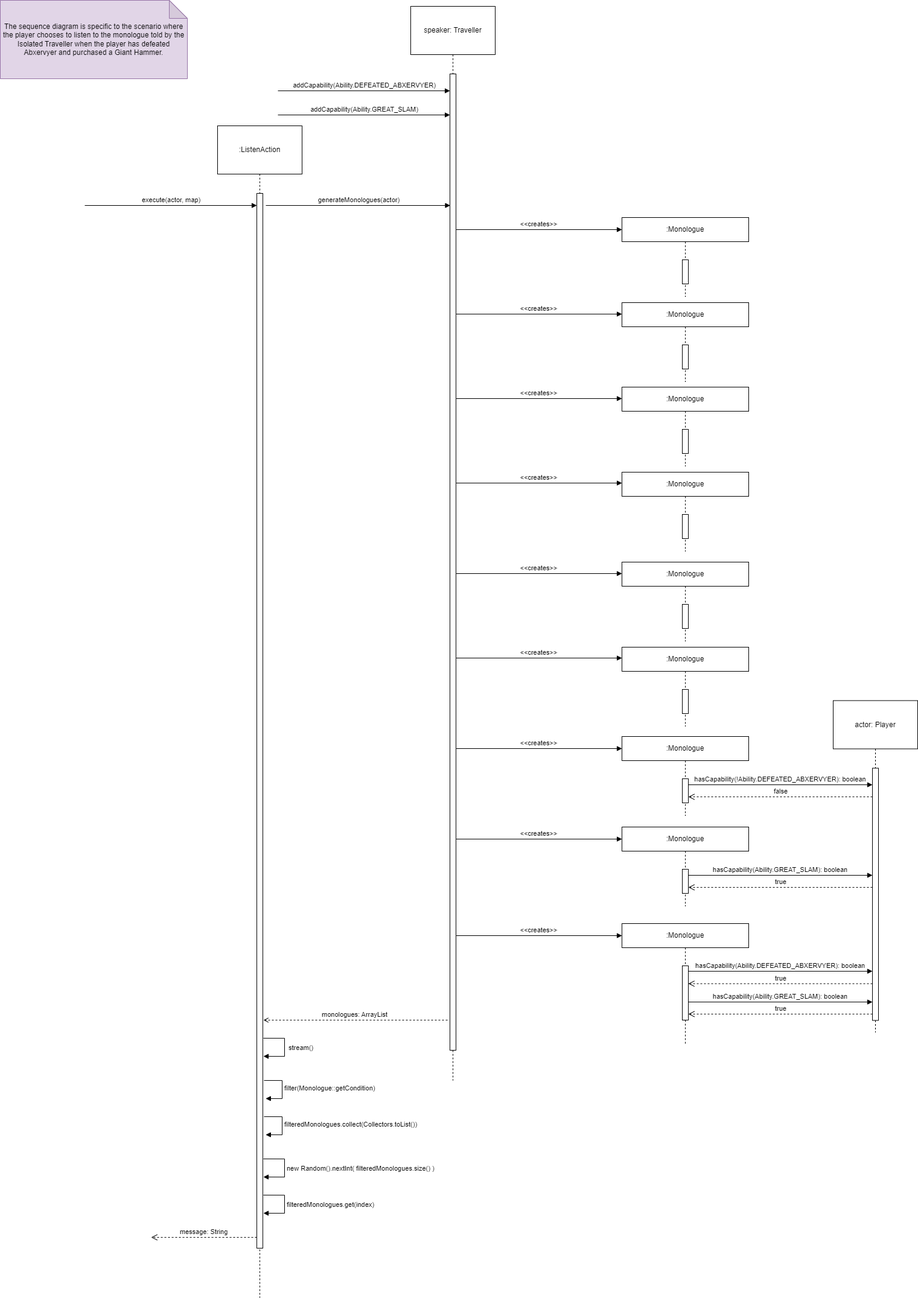
Above: docs/design/assignment3/REQ 4 - Sequence Diagram.png in wenyang1208/Designborne (draw.io), before the change. Source tidied: cells renumbered, new cells last; positions are measured from the earlier drawing's top-left corner, leaving out a move shared by most shapes.
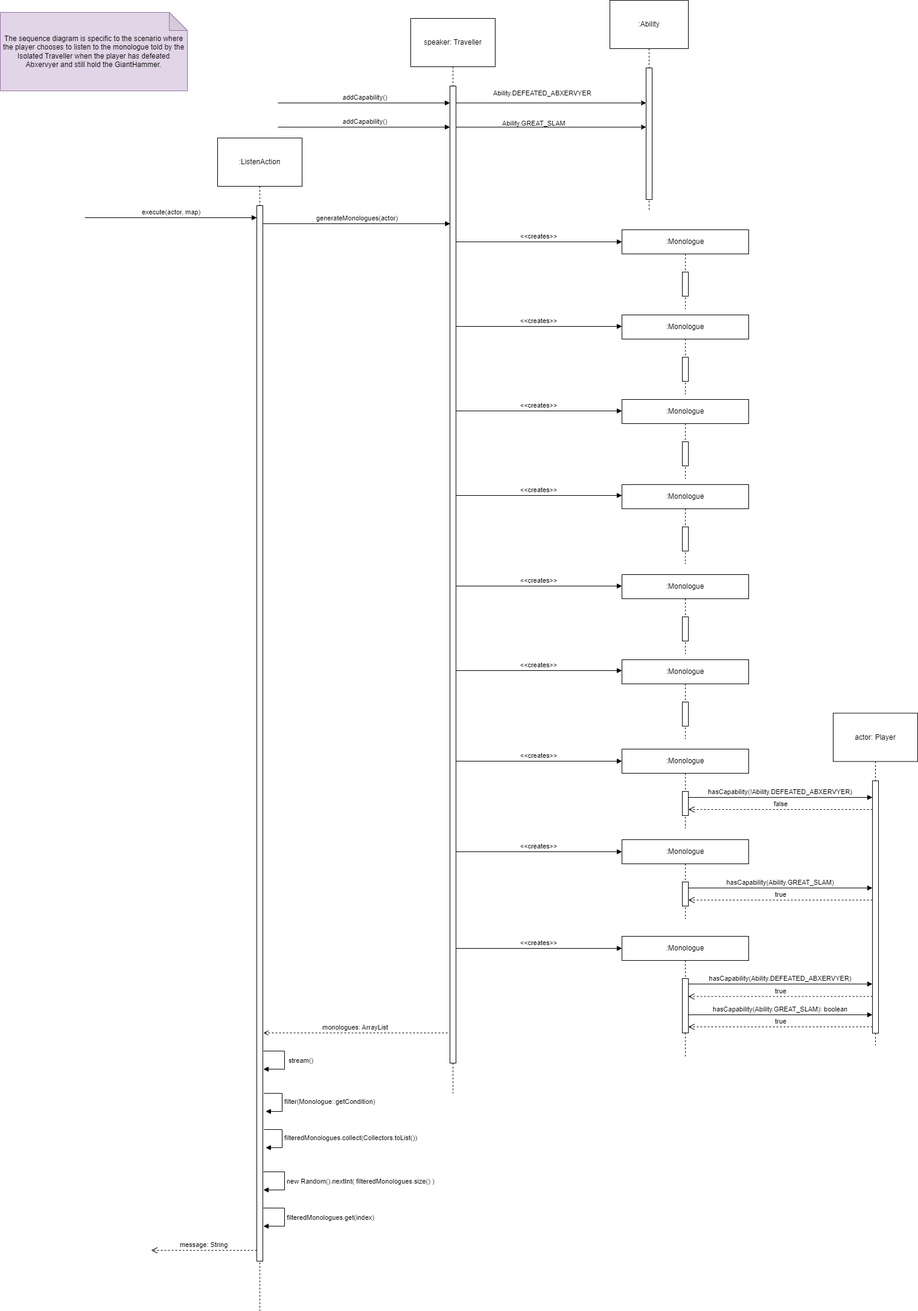
After the change.

Commit message:
Amend REQ4 Sequence Diagram

What changed in the source:
```diff
@@ -14,10 +14,9 @@
         <mxPoint x="425" y="340" as="targetPoint" />
       </mxGeometry>
     </mxCell>
-    <mxCell id="5" value="generateMonologues(actor)" style="html=1;verticalAlign=bottom;endArrow=block;curved=0;rounded=0;" parent="1" edge="1">
+    <mxCell id="5" value="generateMonologues(actor)" style="html=1;verticalAlign=bottom;endArrow=block;curved=0;rounded=0;" parent="1" edge="1" source="3">
       <mxGeometry relative="1" as="geometry">
-        <mxPoint x="440" y="340" as="sourcePoint" />
-        <mxPoint x="745.5" y="340" as="targetPoint" />
+        <mxPoint x="745.5" y="350" as="targetPoint" />
       </mxGeometry>
     </mxCell>
     <mxCell id="6" value="speaker: Traveller" style="shape=umlLifeline;perimeter=lifelinePerimeter;whiteSpace=wrap;html=1;newEdgeStyle={&quot;curved&quot;:0,&quot;rounded&quot;:0};size=80;" parent="1" vertex="1">
@@ -42,10 +41,10 @@
         </Array>
       </mxGeometry>
     </mxCell>
-    <mxCell id="10" value="The sequence diagram is specific to the scenario where the player chooses to listen to the monologue told by the Isolated Traveller when the player has defeated Abxervyer and purchased a Giant Hammer." style="shape=note;whiteSpace=wrap;html=1;backgroundOutline=1;darkOpacity=0.05;fillColor=#e1d5e7;strokeColor=#9673a6;" parent="1" vertex="1">
+    <mxCell id="10" value="The sequence diagram is specific to the scenario where the player chooses to listen to the monologue told by the Isolated Traveller when the player has defeated Abxervyer and still hold the GiantHammer." style="shape=note;whiteSpace=wrap;html=1;backgroundOutline=1;darkOpacity=0.05;fillColor=#e1d5e7;strokeColor=#9673a6;" parent="1" vertex="1">
       <mxGeometry width="310" height="130" as="geometry" />
     </mxCell>
-    <mxCell id="11" value="addCapability(Ability.GREAT_SLAM)" style="html=1;verticalAlign=bottom;endArrow=block;curved=0;rounded=0;" parent="1" edge="1">
+    <mxCell id="11" value="addCapability()" style="html=1;verticalAlign=bottom;endArrow=block;curved=0;rounded=0;" parent="1" edge="1">
       <mxGeometry x="0.01" relative="1" as="geometry">
         <mxPoint x="460" y="190" as="sourcePoint" />
         <mxPoint x="745" y="190" as="targetPoint" />
@@ -77,7 +76,7 @@
         </Array>
       </mxGeometry>
     </mxCell>
-    <mxCell id="15" value="addCapability(Ability.DEFEATED_ABXERVYER)" style="html=1;verticalAlign=bottom;endArrow=block;curved=0;rounded=0;" parent="1" edge="1">
+    <mxCell id="15" value="addCapability()" style="html=1;verticalAlign=bottom;endArrow=block;curved=0;rounded=0;" parent="1" edge="1">
       <mxGeometry x="0.01" relative="1" as="geometry">
         <mxPoint x="460" y="150" as="sourcePoint" />
         <mxPoint x="745" y="150" as="targetPoint" />
@@ -216,7 +215,7 @@
     <mxCell id="46" style="html=1;points=[[0,0,0,0,5],[0,1,0,0,-5],[1,0,0,0,5],[1,1,0,0,-5]];perimeter=orthogonalPerimeter;outlineConnect=0;targetShapes=umlLifeline;portConstraint=eastwest;newEdgeStyle={&quot;curved&quot;:0,&quot;rounded&quot;:0};" parent="45" vertex="1">
       <mxGeometry x="65" y="112" width="10" height="418" as="geometry" />
     </mxCell>
-    <mxCell id="47" value="hasCapability(!Ability.DEFEATED_ABXERVYER): boolean" style="html=1;verticalAlign=bottom;endArrow=block;curved=0;rounded=0;" parent="1" edge="1" target="46">
+    <mxCell id="47" value="hasCapability(!Ability.DEFEATED_ABXERVYER)" style="html=1;verticalAlign=bottom;endArrow=block;curved=0;rounded=0;" parent="1" edge="1" target="46">
       <mxGeometry relative="1" as="geometry">
         <mxPoint x="1140" y="1300" as="sourcePoint" />
       </mxGeometry>
@@ -226,7 +225,7 @@
         <mxPoint x="1140" y="1320" as="targetPoint" />
       </mxGeometry>
     </mxCell>
-    <mxCell id="49" value="hasCapability(Ability.GREAT_SLAM): boolean" style="html=1;verticalAlign=bottom;endArrow=block;curved=0;rounded=0;" parent="1" edge="1">
+    <mxCell id="49" value="hasCapability(Ability.GREAT_SLAM)" style="html=1;verticalAlign=bottom;endArrow=block;curved=0;rounded=0;" parent="1" edge="1">
       <mxGeometry relative="1" as="geometry">
         <mxPoint x="1140" y="1450" as="sourcePoint" />
         <mxPoint x="1445" y="1450" as="targetPoint" />
@@ -238,7 +237,7 @@
         <mxPoint x="1140" y="1470" as="targetPoint" />
       </mxGeometry>
     </mxCell>
-    <mxCell id="51" value="hasCapability(Ability.DEFEATED_ABXERVYER): boolean" style="html=1;verticalAlign=bottom;endArrow=block;curved=0;rounded=0;" parent="1" edge="1">
+    <mxCell id="51" value="hasCapability(Ability.DEFEATED_ABXERVYER)" style="html=1;verticalAlign=bottom;endArrow=block;curved=0;rounded=0;" parent="1" edge="1">
       <mxGeometry relative="1" as="geometry">
         <mxPoint x="1140" y="1609" as="sourcePoint" />
         <mxPoint x="1445" y="1609" as="targetPoint" />
@@ -262,5 +261,27 @@
         <mxPoint x="1140" y="1629.6" as="targetPoint" />
       </mxGeometry>
     </mxCell>
+    <mxCell id="55" value=":Ability" style="shape=umlLifeline;perimeter=lifelinePerimeter;whiteSpace=wrap;html=1;newEdgeStyle={&quot;curved&quot;:0,&quot;rounded&quot;:0};size=80;" parent="1" vertex="1">
+      <mxGeometry x="1010" y="-20" width="130" height="350" as="geometry" />
+    </mxCell>
+    <mxCell id="56" style="html=1;points=[[0,0,0,0,5],[0,1,0,0,-5],[1,0,0,0,5],[1,1,0,0,-5]];perimeter=orthogonalPerimeter;outlineConnect=0;targetShapes=umlLifeline;portConstraint=eastwest;newEdgeStyle={&quot;curved&quot;:0,&quot;rounded&quot;:0};" parent="55" vertex="1">
+      <mxGeometry x="60" y="112" width="10" height="218" as="geometry" />
+    </mxCell>
+    <mxCell id="57" style="endArrow=classic;html=1;rounded=0;entryX=0;entryY=0.266;entryDx=0;entryDy=0;entryPerimeter=0;" parent="1" edge="1" source="7" target="56">
+      <mxGeometry relative="1" as="geometry" />
+    </mxCell>
+    <mxCell id="58" value="&lt;span style=&quot;color: rgb(0, 0, 0); font-family: Helvetica; font-size: 11px; font-style: normal; font-variant-ligatures: normal; font-variant-caps: normal; font-weight: 400; letter-spacing: normal; orphans: 2; text-align: center; text-indent: 0px; text-transform: none; widows: 2; word-spacing: 0px; -webkit-text-stroke-width: 0px; background-color: rgb(255, 255, 255); text-decoration-thickness: initial; text-decoration-style: initial; text-decoration-color: initial; float: none; display: inline !important;&quot;&gt;Ability.DEFEATED_ABXERVYER&lt;/span&gt;" style="text;whiteSpace=wrap;html=1;" parent="1" vertex="1">
+      <mxGeometry x="815" y="120" width="180" height="20" as="geometry" />
+    </mxCell>
+    <mxCell id="59" value="&lt;span style=&quot;color: rgb(0, 0, 0); font-family: Helvetica; font-size: 11px; font-style: normal; font-variant-ligatures: normal; font-variant-caps: normal; font-weight: 400; letter-spacing: normal; orphans: 2; text-align: center; text-indent: 0px; text-transform: none; widows: 2; word-spacing: 0px; -webkit-text-stroke-width: 0px; background-color: rgb(255, 255, 255); text-decoration-thickness: initial; text-decoration-style: initial; text-decoration-color: initial; float: none; display: inline !important;&quot;&gt;Ability.GREAT_SLAM&lt;/span&gt;" style="text;whiteSpace=wrap;html=1;" parent="1" vertex="1">
+      <mxGeometry x="830" y="170" width="150" height="20" as="geometry" />
+    </mxCell>
+    <mxCell id="60" style="endArrow=classic;html=1;rounded=0;" parent="1" edge="1" source="7" target="56">
+      <mxGeometry relative="1" as="geometry">
+        <Array as="points">
+          <mxPoint x="940" y="190" />
+        </Array>
+      </mxGeometry>
+    </mxCell>
   </root>
 </mxGraphModel>
```
